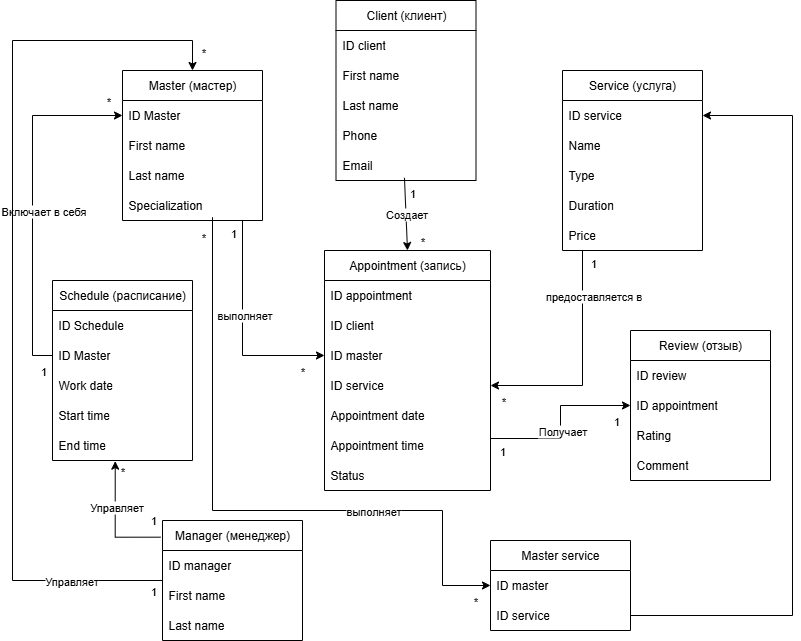
Above: src/SFH/ex03_SFH_model.png in Waysyy/pim_01 (draw.io), before the change. Source tidied: cells renumbered, new cells last; positions are measured from the earlier drawing's top-left corner, leaving out a move shared by most shapes.
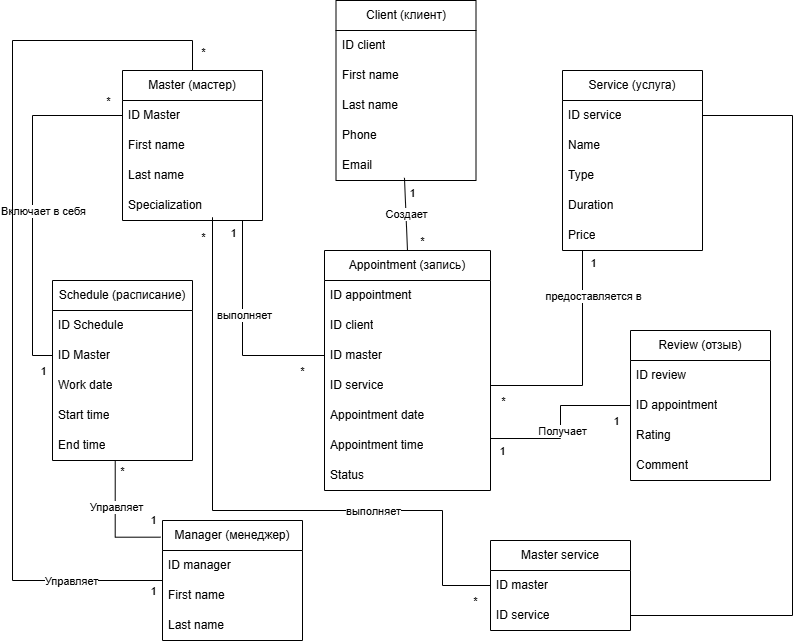
The same diagram one commit later.

Commit message:
Лабораторная 5, диаграммы без стрелок

What changed in the source:
```diff
@@ -20,7 +20,7 @@
     <mxCell id="7" value="Email" style="text;strokeColor=none;fillColor=none;align=left;verticalAlign=middle;spacingLeft=4;spacingRight=4;overflow=hidden;points=[[0,0.5],[1,0.5]];portConstraint=eastwest;whiteSpace=wrap;html=1;" parent="2" vertex="1">
       <mxGeometry y="150" width="140" height="30" as="geometry" />
     </mxCell>
-    <mxCell id="8" style="edgeStyle=orthogonalEdgeStyle;rounded=0;jettySize=auto;html=1;" parent="1" edge="1" source="12" target="50">
+    <mxCell id="8" style="edgeStyle=orthogonalEdgeStyle;rounded=0;jettySize=auto;html=1;endArrow=none;endFill=0;" parent="1" edge="1" source="12" target="50">
       <mxGeometry relative="1" as="geometry">
         <Array as="points">
           <mxPoint x="570" y="385" />
@@ -60,7 +60,7 @@
     <mxCell id="17" value="Price" style="text;strokeColor=none;fillColor=none;align=left;verticalAlign=middle;spacingLeft=4;spacingRight=4;overflow=hidden;whiteSpace=wrap;html=1;" parent="12" vertex="1">
       <mxGeometry y="150" width="140" height="30" as="geometry" />
     </mxCell>
-    <mxCell id="18" style="edgeStyle=orthogonalEdgeStyle;rounded=0;jettySize=auto;html=1;entryX=0;entryY=0.5;entryDx=0;entryDy=0;" parent="1" edge="1" source="22" target="49">
+    <mxCell id="18" style="edgeStyle=orthogonalEdgeStyle;rounded=0;jettySize=auto;html=1;entryX=0;entryY=0.5;entryDx=0;entryDy=0;endArrow=none;endFill=0;" parent="1" edge="1" source="22" target="49">
       <mxGeometry relative="1" as="geometry">
         <Array as="points">
           <mxPoint x="230" y="355" />
@@ -95,7 +95,7 @@
     <mxCell id="26" value="Specialization" style="text;strokeColor=none;fillColor=none;align=left;verticalAlign=middle;spacingLeft=4;spacingRight=4;overflow=hidden;whiteSpace=wrap;html=1;" parent="22" vertex="1">
       <mxGeometry y="120" width="140" height="30" as="geometry" />
     </mxCell>
-    <mxCell id="27" style="edgeStyle=orthogonalEdgeStyle;rounded=0;jettySize=auto;html=1;exitX=0;exitY=0.5;exitDx=0;exitDy=0;" parent="1" edge="1" source="33" target="23">
+    <mxCell id="27" style="edgeStyle=orthogonalEdgeStyle;rounded=0;jettySize=auto;html=1;exitX=0;exitY=0.5;exitDx=0;exitDy=0;endArrow=none;endFill=0;" parent="1" edge="1" source="33" target="23">
       <mxGeometry relative="1" as="geometry" />
     </mxCell>
     <mxCell id="28" value="Включает в себя" style="edgeLabel;html=1;align=center;verticalAlign=middle;" parent="27" vertex="1">
@@ -146,7 +146,7 @@
     <mxCell id="41" value="Comment" style="text;strokeColor=none;fillColor=none;align=left;verticalAlign=middle;spacingLeft=4;spacingRight=4;overflow=hidden;whiteSpace=wrap;html=1;" parent="37" vertex="1">
       <mxGeometry y="120" width="140" height="30" as="geometry" />
     </mxCell>
-    <mxCell id="42" style="edgeStyle=orthogonalEdgeStyle;rounded=0;jettySize=auto;html=1;entryX=0;entryY=0.5;entryDx=0;entryDy=0;exitX=1;exitY=0.267;exitDx=0;exitDy=0;exitPerimeter=0;" parent="1" edge="1" source="52" target="39">
+    <mxCell id="42" style="edgeStyle=orthogonalEdgeStyle;rounded=0;jettySize=auto;html=1;entryX=0;entryY=0.5;entryDx=0;entryDy=0;exitX=1;exitY=0.267;exitDx=0;exitDy=0;exitPerimeter=0;endArrow=none;endFill=0;" parent="1" edge="1" source="52" target="39">
       <mxGeometry relative="1" as="geometry" />
     </mxCell>
     <mxCell id="43" value="Получает" style="edgeLabel;html=1;align=center;verticalAlign=middle;" parent="42" vertex="1">
@@ -188,7 +188,7 @@
     <mxCell id="53" value="Status" style="text;strokeColor=none;fillColor=none;align=left;verticalAlign=middle;spacingLeft=4;spacingRight=4;overflow=hidden;whiteSpace=wrap;html=1;" parent="46" vertex="1">
       <mxGeometry y="210" width="166" height="30" as="geometry" />
     </mxCell>
-    <mxCell id="54" style="edgeStyle=orthogonalEdgeStyle;rounded=0;jettySize=auto;html=1;entryX=0.5;entryY=0;entryDx=0;entryDy=0;" parent="1" edge="1" source="58" target="22">
+    <mxCell id="54" style="edgeStyle=orthogonalEdgeStyle;rounded=0;jettySize=auto;html=1;entryX=0.5;entryY=0;entryDx=0;entryDy=0;endArrow=none;endFill=0;" parent="1" edge="1" source="58" target="22">
       <mxGeometry relative="1" as="geometry">
         <Array as="points">
           <mxPoint y="580" />
@@ -233,7 +233,7 @@
     <mxCell id="64" value="ID service" style="text;strokeColor=none;fillColor=none;align=left;verticalAlign=middle;spacingLeft=4;spacingRight=4;overflow=hidden;points=[[0,0.5],[1,0.5]];portConstraint=eastwest;whiteSpace=wrap;html=1;" parent="62" vertex="1">
       <mxGeometry y="60" width="140" height="30" as="geometry" />
     </mxCell>
-    <mxCell id="65" style="endArrow=classic;html=1;rounded=0;exitX=0.489;exitY=0.911;exitDx=0;exitDy=0;exitPerimeter=0;" parent="1" edge="1" source="7">
+    <mxCell id="65" style="endArrow=none;html=1;rounded=0;exitX=0.489;exitY=0.911;exitDx=0;exitDy=0;exitPerimeter=0;endFill=0;" parent="1" edge="1" source="7">
       <mxGeometry relative="1" as="geometry">
         <mxPoint x="395" y="250" as="targetPoint" />
       </mxGeometry>
@@ -251,7 +251,7 @@
         <mxPoint x="5" as="offset" />
       </mxGeometry>
     </mxCell>
-    <mxCell id="69" style="edgeStyle=orthogonalEdgeStyle;rounded=0;jettySize=auto;html=1;entryX=0;entryY=0.5;entryDx=0;entryDy=0;" parent="1" edge="1" target="63">
+    <mxCell id="69" style="edgeStyle=orthogonalEdgeStyle;rounded=0;jettySize=auto;html=1;entryX=0;entryY=0.5;entryDx=0;entryDy=0;endArrow=none;endFill=0;" parent="1" edge="1" target="63">
       <mxGeometry relative="1" as="geometry">
         <mxPoint x="200" y="220" as="sourcePoint" />
         <Array as="points">
@@ -277,7 +277,7 @@
         <mxPoint y="13" as="offset" />
       </mxGeometry>
     </mxCell>
-    <mxCell id="73" style="edgeStyle=orthogonalEdgeStyle;rounded=0;jettySize=auto;html=1;entryX=1;entryY=0.5;entryDx=0;entryDy=0;" parent="1" edge="1" source="64" target="13">
+    <mxCell id="73" style="edgeStyle=orthogonalEdgeStyle;rounded=0;jettySize=auto;html=1;entryX=1;entryY=0.5;entryDx=0;entryDy=0;endArrow=none;endFill=0;" parent="1" edge="1" source="64" target="13">
       <mxGeometry relative="1" as="geometry">
         <Array as="points">
           <mxPoint x="780" y="615" />
@@ -285,7 +285,7 @@
         </Array>
       </mxGeometry>
     </mxCell>
-    <mxCell id="74" style="edgeStyle=orthogonalEdgeStyle;rounded=0;jettySize=auto;html=1;entryX=0.448;entryY=1.022;entryDx=0;entryDy=0;entryPerimeter=0;exitX=-0.014;exitY=0.139;exitDx=0;exitDy=0;exitPerimeter=0;" parent="1" edge="1" source="58" target="36">
+    <mxCell id="74" style="edgeStyle=orthogonalEdgeStyle;rounded=0;jettySize=auto;html=1;entryX=0.448;entryY=1.022;entryDx=0;entryDy=0;entryPerimeter=0;exitX=-0.014;exitY=0.139;exitDx=0;exitDy=0;exitPerimeter=0;endArrow=none;endFill=0;" parent="1" edge="1" source="58" target="36">
       <mxGeometry relative="1" as="geometry">
         <Array as="points">
           <mxPoint x="103" y="537" />
```
